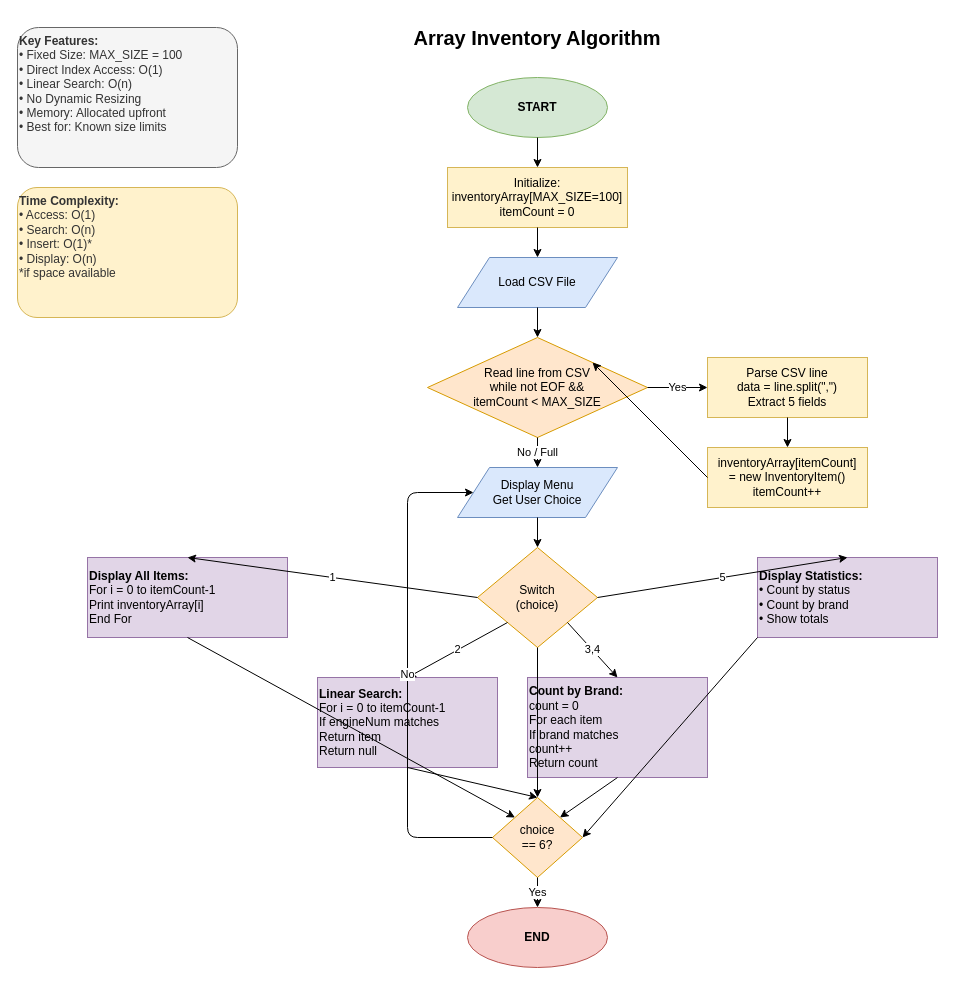
This is flowcharts/ArrayList_Flowchart.drawio from SeanLukeGimena/ms1-motorph-inventory-data-structures, a draw.io file, before an edit. Source tidied: cells renumbered, new cells numbered last; positions are measured from the earlier drawing's top-left corner, leaving out a move shared by most shapes. Both pictures are drawn from the tidied source at 100%, with x=0, y=0 at pixel (17, 17).
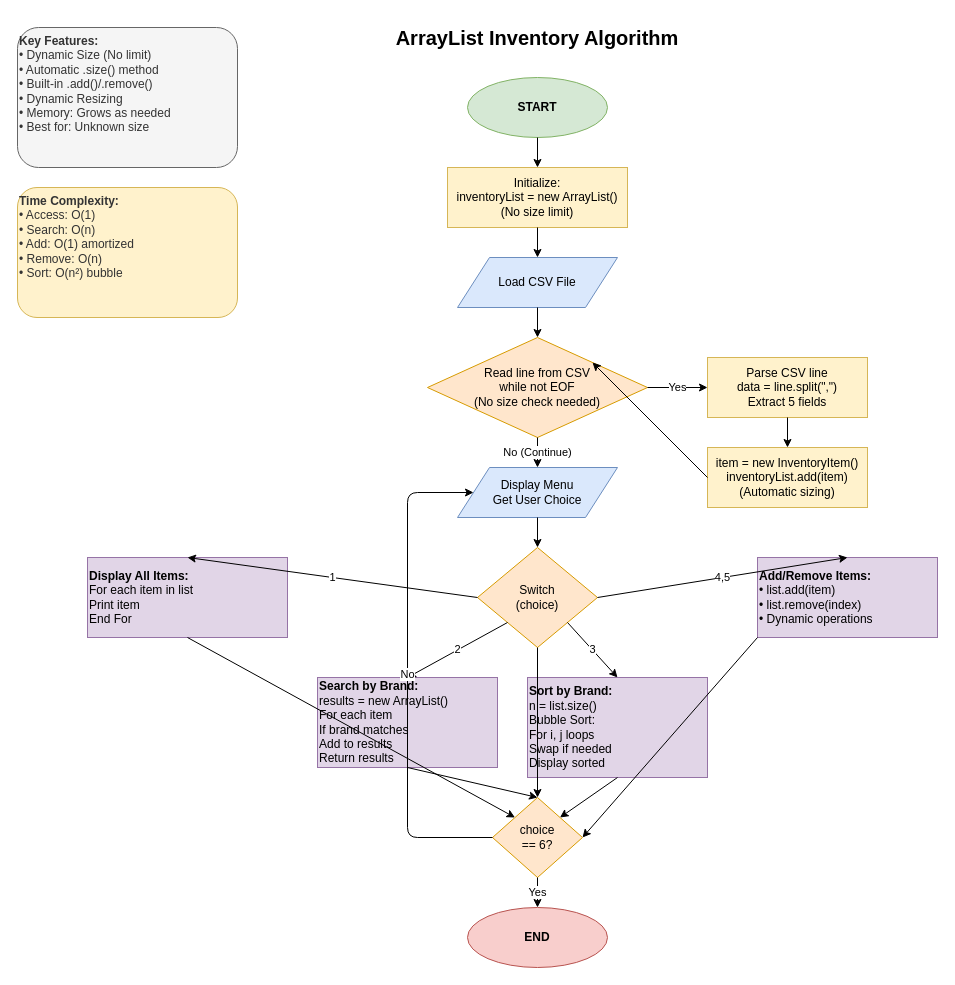
The same diagram, later.

Commit message:
Update ArrayList flowchart to show dynamic features and differences from Array

The change refers to these unchanged cells:
```xml
<mxCell id="9" value="Display Menu&lt;br&gt;Get User Choice" style="shape=parallelogram;perimeter=parallelogramPerimeter;whiteSpace=wrap;html=1;fillColor=#dae8fc;strokeColor=#6c8ebf;" parent="1" vertex="1">
  <mxGeometry x="440" y="450" width="160" height="50" as="geometry" />
</mxCell>
<mxCell id="10" value="Switch&lt;br&gt;(choice)" style="rhombus;whiteSpace=wrap;html=1;fillColor=#ffe6cc;strokeColor=#d79b00;" parent="1" vertex="1">
  <mxGeometry x="460" y="530" width="120" height="100" as="geometry" />
</mxCell>
```

Diff of the diagram source:
```diff
@@
-    <mxCell id="2" value="Array Inventory Algorithm" style="text;html=1;strokeColor=none;fillColor=none;align=center;verticalAlign=middle;whiteSpace=wrap;rounded=0;fontSize=20;fontStyle=1;" parent="1" vertex="1">
+    <mxCell id="2" value="ArrayList Inventory Algorithm" style="text;html=1;strokeColor=none;fillColor=none;align=center;verticalAlign=middle;whiteSpace=wrap;rounded=0;fontSize=20;fontStyle=1;" parent="1" vertex="1">
       <mxGeometry x="370" width="300" height="40" as="geometry" />
     </mxCell>
@@
-    <mxCell id="4" value="Initialize:&lt;br&gt;inventoryArray[MAX_SIZE=100]&lt;br&gt;itemCount = 0" style="rounded=0;whiteSpace=wrap;html=1;fillColor=#fff2cc;strokeColor=#d6b656;" parent="1" vertex="1">
+    <mxCell id="4" value="Initialize:&lt;br&gt;inventoryList = new ArrayList()&lt;br&gt;(No size limit)" style="rounded=0;whiteSpace=wrap;html=1;fillColor=#fff2cc;strokeColor=#d6b656;" parent="1" vertex="1">
       <mxGeometry x="430" y="150" width="180" height="60" as="geometry" />
     </mxCell>
@@
-    <mxCell id="6" value="Read line from CSV&lt;br&gt;while not EOF &amp;&amp;&lt;br&gt;itemCount &amp;lt; MAX_SIZE" style="rhombus;whiteSpace=wrap;html=1;fillColor=#ffe6cc;strokeColor=#d79b00;" parent="1" vertex="1">
+    <mxCell id="6" value="Read line from CSV&lt;br&gt;while not EOF&lt;br&gt;(No size check needed)" style="rhombus;whiteSpace=wrap;html=1;fillColor=#ffe6cc;strokeColor=#d79b00;" parent="1" vertex="1">
       <mxGeometry x="410" y="320" width="220" height="100" as="geometry" />
     </mxCell>
@@
-    <mxCell id="8" value="inventoryArray[itemCount]&lt;br&gt;= new InventoryItem()&lt;br&gt;itemCount++" style="rounded=0;whiteSpace=wrap;html=1;fillColor=#fff2cc;strokeColor=#d6b656;" parent="1" vertex="1">
+    <mxCell id="8" value="item = new InventoryItem()&lt;br&gt;inventoryList.add(item)&lt;br&gt;(Automatic sizing)" style="rounded=0;whiteSpace=wrap;html=1;fillColor=#fff2cc;strokeColor=#d6b656;" parent="1" vertex="1">
       <mxGeometry x="690" y="430" width="160" height="60" as="geometry" />
     </mxCell>
@@
-    <mxCell id="11" value="&lt;b&gt;Display All Items:&lt;/b&gt;&lt;br&gt;For i = 0 to itemCount-1&lt;br&gt;  Print inventoryArray[i]&lt;br&gt;End For" style="rounded=0;whiteSpace=wrap;html=1;fillColor=#e1d5e7;strokeColor=#9673a6;align=left;" parent="1" vertex="1">
+    <mxCell id="11" value="&lt;b&gt;Display All Items:&lt;/b&gt;&lt;br&gt;For each item in list&lt;br&gt;  Print item&lt;br&gt;End For" style="rounded=0;whiteSpace=wrap;html=1;fillColor=#e1d5e7;strokeColor=#9673a6;align=left;" parent="1" vertex="1">
       <mxGeometry x="70" y="540" width="200" height="80" as="geometry" />
     </mxCell>
-    <mxCell id="12" value="&lt;b&gt;Linear Search:&lt;/b&gt;&lt;br&gt;For i = 0 to itemCount-1&lt;br&gt;  If engineNum matches&lt;br&gt;    Return item&lt;br&gt;Return null" style="rounded=0;whiteSpace=wrap;html=1;fillColor=#e1d5e7;strokeColor=#9673a6;align=left;" parent="1" vertex="1">
+    <mxCell id="12" value="&lt;b&gt;Search by Brand:&lt;/b&gt;&lt;br&gt;results = new ArrayList()&lt;br&gt;For each item&lt;br&gt;  If brand matches&lt;br&gt;    Add to results&lt;br&gt;Return results" style="rounded=0;whiteSpace=wrap;html=1;fillColor=#e1d5e7;strokeColor=#9673a6;align=left;" parent="1" vertex="1">
       <mxGeometry x="300" y="660" width="180" height="90" as="geometry" />
     </mxCell>
-    <mxCell id="13" value="&lt;b&gt;Count by Brand:&lt;/b&gt;&lt;br&gt;count = 0&lt;br&gt;For each item&lt;br&gt;  If brand matches&lt;br&gt;    count++&lt;br&gt;Return count" style="rounded=0;whiteSpace=wrap;html=1;fillColor=#e1d5e7;strokeColor=#9673a6;align=left;" parent="1" vertex="1">
+    <mxCell id="13" value="&lt;b&gt;Sort by Brand:&lt;/b&gt;&lt;br&gt;n = list.size()&lt;br&gt;Bubble Sort:&lt;br&gt;For i, j loops&lt;br&gt;  Swap if needed&lt;br&gt;Display sorted" style="rounded=0;whiteSpace=wrap;html=1;fillColor=#e1d5e7;strokeColor=#9673a6;align=left;" parent="1" vertex="1">
       <mxGeometry x="510" y="660" width="180" height="100" as="geometry" />
     </mxCell>
-    <mxCell id="14" value="&lt;b&gt;Display Statistics:&lt;/b&gt;&lt;br&gt;• Count by status&lt;br&gt;• Count by brand&lt;br&gt;• Show totals" style="rounded=0;whiteSpace=wrap;html=1;fillColor=#e1d5e7;strokeColor=#9673a6;align=left;" parent="1" vertex="1">
+    <mxCell id="14" value="&lt;b&gt;Add/Remove Items:&lt;/b&gt;&lt;br&gt;• list.add(item)&lt;br&gt;• list.remove(index)&lt;br&gt;• Dynamic operations" style="rounded=0;whiteSpace=wrap;html=1;fillColor=#e1d5e7;strokeColor=#9673a6;align=left;" parent="1" vertex="1">
       <mxGeometry x="740" y="540" width="180" height="80" as="geometry" />
     </mxCell>
@@
-    <mxCell id="23" value="No / Full" style="endArrow=classic;html=1;exitX=0.5;exitY=1;entryX=0.5;entryY=0;" parent="1" edge="1" source="6" target="9">
+    <mxCell id="23" value="No (Continue)" style="endArrow=classic;html=1;exitX=0.5;exitY=1;entryX=0.5;entryY=0;" parent="1" edge="1" source="6" target="9">
       <mxGeometry relative="1" as="geometry" />
     </mxCell>
@@
-    <mxCell id="27" value="3,4" style="endArrow=classic;html=1;exitX=1;exitY=1;entryX=0.5;entryY=0;" parent="1" edge="1" source="10" target="13">
+    <mxCell id="27" value="3" style="endArrow=classic;html=1;exitX=1;exitY=1;entryX=0.5;entryY=0;" parent="1" edge="1" source="10" target="13">
       <mxGeometry relative="1" as="geometry" />
     </mxCell>
-    <mxCell id="28" value="5" style="endArrow=classic;html=1;exitX=1;exitY=0.5;entryX=0.5;entryY=0;" parent="1" edge="1" source="10" target="14">
+    <mxCell id="28" value="4,5" style="endArrow=classic;html=1;exitX=1;exitY=0.5;entryX=0.5;entryY=0;" parent="1" edge="1" source="10" target="14">
       <mxGeometry relative="1" as="geometry" />
     </mxCell>
@@
-    <mxCell id="36" value="&lt;b&gt;Key Features:&lt;/b&gt;&lt;br&gt;• Fixed Size: MAX_SIZE = 100&lt;br&gt;• Direct Index Access: O(1)&lt;br&gt;• Linear Search: O(n)&lt;br&gt;• No Dynamic Resizing&lt;br&gt;• Memory: Allocated upfront&lt;br&gt;• Best for: Known size limits" style="rounded=1;whiteSpace=wrap;html=1;fillColor=#f5f5f5;strokeColor=#666666;align=left;verticalAlign=top;fontColor=#333333;" parent="1" vertex="1">
+    <mxCell id="36" value="&lt;b&gt;Key Features:&lt;/b&gt;&lt;br&gt;• Dynamic Size (No limit)&lt;br&gt;• Automatic .size() method&lt;br&gt;• Built-in .add()/.remove()&lt;br&gt;• Dynamic Resizing&lt;br&gt;• Memory: Grows as needed&lt;br&gt;• Best for: Unknown size" style="rounded=1;whiteSpace=wrap;html=1;fillColor=#f5f5f5;strokeColor=#666666;align=left;verticalAlign=top;fontColor=#333333;" parent="1" vertex="1">
       <mxGeometry y="10" width="220" height="140" as="geometry" />
     </mxCell>
-    <mxCell id="37" value="&lt;b&gt;Time Complexity:&lt;/b&gt;&lt;br&gt;• Access: O(1)&lt;br&gt;• Search: O(n)&lt;br&gt;• Insert: O(1)*&lt;br&gt;• Display: O(n)&lt;br&gt;*if space available" style="rounded=1;whiteSpace=wrap;html=1;fillColor=#fff2cc;strokeColor=#d6b656;align=left;verticalAlign=top;fontColor=#333333;" parent="1" vertex="1">
+    <mxCell id="37" value="&lt;b&gt;Time Complexity:&lt;/b&gt;&lt;br&gt;• Access: O(1)&lt;br&gt;• Search: O(n)&lt;br&gt;• Add: O(1) amortized&lt;br&gt;• Remove: O(n)&lt;br&gt;• Sort: O(n²) bubble" style="rounded=1;whiteSpace=wrap;html=1;fillColor=#fff2cc;strokeColor=#d6b656;align=left;verticalAlign=top;fontColor=#333333;" parent="1" vertex="1">
       <mxGeometry y="170" width="220" height="130" as="geometry" />
     </mxCell>
```
